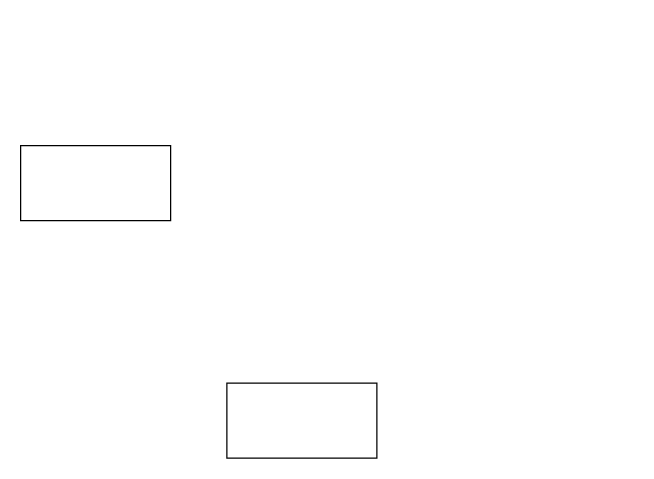
Above: Untitled Diagram.drawio.xml in YueEx/drawioCsv (draw.io), before the change. Source tidied: cells renumbered, new cells numbered last; positions are measured from the earlier drawing's top-left corner, leaving out a move shared by most shapes. Both pictures are drawn from the tidied source at 125%, with x=0, y=0 at pixel (20, 145).
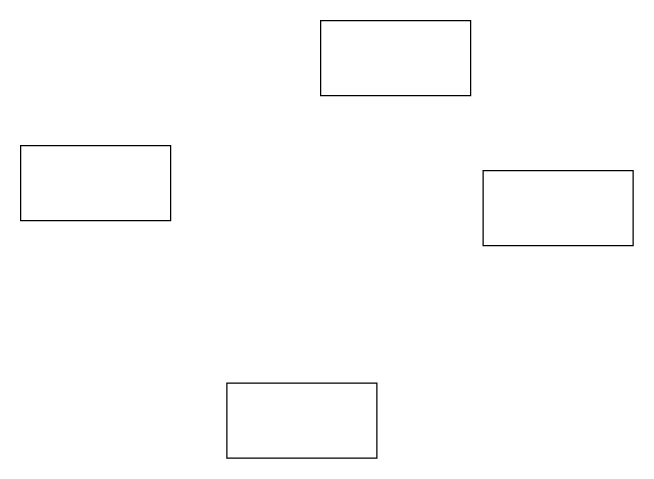
The same diagram, later.

Diff of the diagram source:
```diff
@@
 <mxGraphModel>
   <root>
     <mxCell id="0" />
     <mxCell id="1" parent="0" />
     <mxCell id="2" style="rounded=0;whiteSpace=wrap;html=1;" parent="1" vertex="1">
       <mxGeometry width="120" height="60" as="geometry" />
     </mxCell>
     <mxCell id="3" style="rounded=0;whiteSpace=wrap;html=1;" parent="1" vertex="1">
       <mxGeometry x="165" y="190" width="120" height="60" as="geometry" />
     </mxCell>
+    <mxCell id="4" style="rounded=0;whiteSpace=wrap;html=1;" parent="1" vertex="1">
+      <mxGeometry x="240" y="-100" width="120" height="60" as="geometry" />
+    </mxCell>
+    <mxCell id="5" style="rounded=0;whiteSpace=wrap;html=1;" parent="1" vertex="1">
+      <mxGeometry x="370" y="20" width="120" height="60" as="geometry" />
+    </mxCell>
   </root>
 </mxGraphModel>
```
